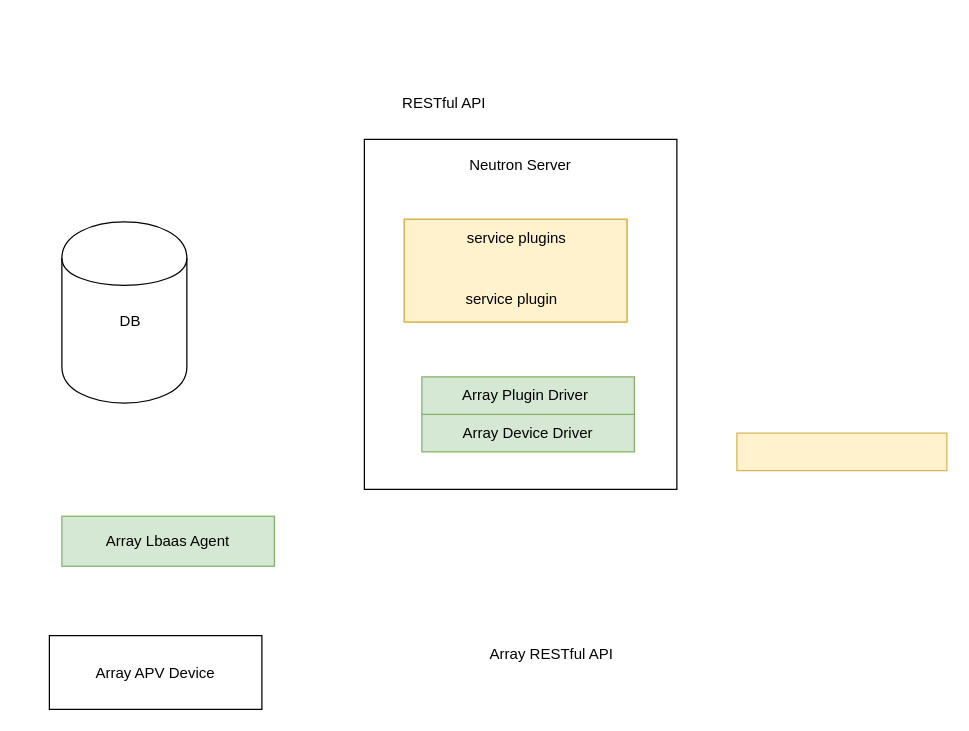
Earlier version of the draw.io diagram array_lbaasv2_agent_apv.drawio (jarod-w/fordraw.io). Source tidied: cells renumbered, new cells numbered last; positions are measured from the earlier drawing's top-left corner, leaving out a move shared by most shapes. Both pictures are drawn from the tidied source at 125%, with x=0, y=0 at pixel (49, 84).
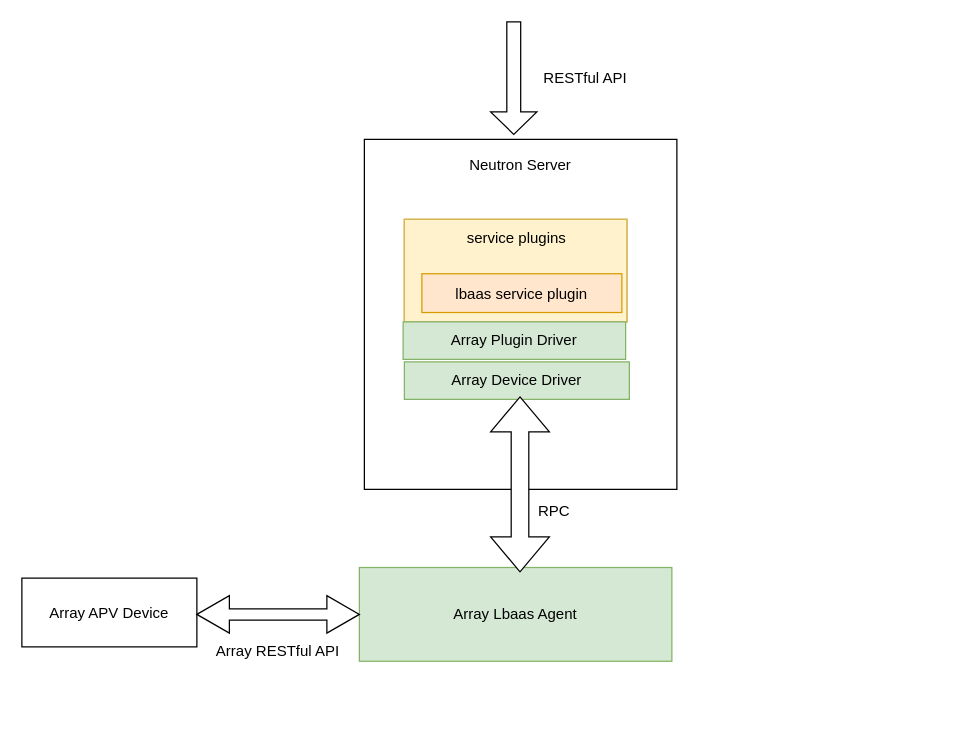
The same diagram, later.

Change to the diagram source:
```diff
@@
 <mxGraphModel>
   <root>
     <mxCell id="0" />
     <mxCell id="1" parent="0" />
     <mxCell id="2" style="rounded=0;whiteSpace=wrap;html=1;" parent="1" vertex="1">
       <mxGeometry x="252" y="44" width="250" height="280" as="geometry" />
     </mxCell>
     <mxCell id="3" style="verticalLabelPosition=bottom;verticalAlign=top;html=1;shape=mxgraph.basic.layered_rect;dx=0;fillColor=#fff2cc;strokeColor=#d6b656;" parent="1" vertex="1">
       <mxGeometry x="284" y="108" width="178" height="82" as="geometry" />
     </mxCell>
     <mxCell id="4" value="Neutron Server" style="text;html=1;strokeColor=none;fillColor=none;align=center;verticalAlign=middle;whiteSpace=wrap;rounded=0;" parent="1" vertex="1">
       <mxGeometry x="322" y="50" width="110" height="30" as="geometry" />
     </mxCell>
-    <mxCell id="5" style="rounded=0;whiteSpace=wrap;html=1;fillColor=#fff2cc;strokeColor=#d6b656;" parent="1" vertex="1">
-      <mxGeometry x="550" y="279" width="168" height="30" as="geometry" />
+    <mxCell id="5" style="rounded=0;whiteSpace=wrap;html=1;fillColor=#ffe6cc;strokeColor=#d79b00;" parent="1" vertex="1">
+      <mxGeometry x="298" y="151.5" width="160" height="31" as="geometry" />
     </mxCell>
-    <mxCell id="6" style="rounded=0;whiteSpace=wrap;html=1;fillColor=#d5e8d4;strokeColor=#82b366;" parent="1" vertex="1">
-      <mxGeometry x="298" y="264" width="170" height="30" as="geometry" />
+    <mxCell id="6" value="Array Device Driver" style="rounded=0;whiteSpace=wrap;html=1;fillColor=#d5e8d4;strokeColor=#82b366;" parent="1" vertex="1">
+      <mxGeometry x="284" y="222" width="180" height="30" as="geometry" />
     </mxCell>
     <mxCell id="7" value="Array Lbaas Agent" style="rounded=0;whiteSpace=wrap;html=1;fillColor=#d5e8d4;strokeColor=#82b366;" parent="1" vertex="1">
-      <mxGeometry x="10" y="345.5" width="170" height="40" as="geometry" />
+      <mxGeometry x="248" y="386.5" width="250" height="75" as="geometry" />
     </mxCell>
-    <mxCell id="8" style="rounded=0;whiteSpace=wrap;html=1;" parent="1" vertex="1">
-      <mxGeometry y="441" width="170" height="59" as="geometry" />
+    <mxCell id="8" value="Array APV Device" style="rounded=0;whiteSpace=wrap;html=1;" parent="1" vertex="1">
+      <mxGeometry x="-22" y="395" width="140" height="55" as="geometry" />
     </mxCell>
     <mxCell id="9" value="RESTful API" style="text;html=1;strokeColor=none;fillColor=none;align=center;verticalAlign=middle;whiteSpace=wrap;rounded=0;" parent="1" vertex="1">
-      <mxGeometry x="268" width="96" height="29" as="geometry" />
+      <mxGeometry x="380.5" y="-19.5" width="96" height="29" as="geometry" />
     </mxCell>
     <mxCell id="10" value="Array RESTful API" style="text;html=1;strokeColor=none;fillColor=none;align=center;verticalAlign=middle;whiteSpace=wrap;rounded=0;" parent="1" vertex="1">
-      <mxGeometry x="349" y="441" width="106" height="29" as="geometry" />
+      <mxGeometry x="130" y="439" width="106" height="29" as="geometry" />
     </mxCell>
-    <mxCell id="11" value="Array Device Driver" style="text;html=1;strokeColor=none;fillColor=none;align=center;verticalAlign=middle;whiteSpace=wrap;rounded=0;" parent="1" vertex="1">
-      <mxGeometry x="320" y="269" width="126" height="20" as="geometry" />
-    </mxCell>
-    <mxCell id="12" value="Array APV Device" style="text;html=1;strokeColor=none;fillColor=none;align=center;verticalAlign=middle;whiteSpace=wrap;rounded=0;" parent="1" vertex="1">
-      <mxGeometry x="22" y="455.5" width="126" height="30" as="geometry" />
-    </mxCell>
-    <mxCell id="13" style="shape=cylinder;whiteSpace=wrap;html=1;boundedLbl=1;backgroundOutline=1;" parent="1" vertex="1">
-      <mxGeometry x="10" y="110" width="100" height="145" as="geometry" />
-    </mxCell>
-    <mxCell id="14" value="DB&lt;br&gt;" style="text;html=1;strokeColor=none;fillColor=none;align=center;verticalAlign=middle;whiteSpace=wrap;rounded=0;" parent="1" vertex="1">
-      <mxGeometry x="45" y="180" width="40" height="20" as="geometry" />
-    </mxCell>
     <mxCell id="15" value="service plugins" style="text;html=1;strokeColor=none;fillColor=none;align=center;verticalAlign=middle;whiteSpace=wrap;rounded=0;" parent="1" vertex="1">
       <mxGeometry x="324" y="110" width="100" height="25" as="geometry" />
     </mxCell>
-    <mxCell id="16" style="rounded=0;whiteSpace=wrap;html=1;fillColor=#d5e8d4;strokeColor=#82b366;" parent="1" vertex="1">
-      <mxGeometry x="298" y="234" width="170" height="30" as="geometry" />
+    <mxCell id="16" value="Array Plugin Driver" style="rounded=0;whiteSpace=wrap;html=1;fillColor=#d5e8d4;strokeColor=#82b366;" parent="1" vertex="1">
+      <mxGeometry x="283" y="190" width="178" height="30" as="geometry" />
     </mxCell>
-    <mxCell id="17" value="Array Plugin Driver" style="text;html=1;strokeColor=none;fillColor=none;align=center;verticalAlign=middle;whiteSpace=wrap;rounded=0;" parent="1" vertex="1">
-      <mxGeometry x="317.5" y="239" width="126" height="20" as="geometry" />
-    </mxCell>
-    <mxCell id="18" value="service plugin" style="text;html=1;strokeColor=none;fillColor=none;align=center;verticalAlign=middle;whiteSpace=wrap;rounded=0;" parent="1" vertex="1">
-      <mxGeometry x="300" y="159" width="140" height="25" as="geometry" />
+    <mxCell id="18" value="lbaas service plugin" style="text;html=1;align=center;verticalAlign=middle;whiteSpace=wrap;rounded=0;" parent="1" vertex="1">
+      <mxGeometry x="308" y="155" width="140" height="25" as="geometry" />
     </mxCell>
+    <mxCell id="19" style="shape=doubleArrow;direction=south;whiteSpace=wrap;html=1;" parent="1" vertex="1">
+      <mxGeometry x="353" y="250" width="47" height="140" as="geometry" />
+    </mxCell>
+    <mxCell id="20" style="shape=doubleArrow;whiteSpace=wrap;html=1;" parent="1" vertex="1">
+      <mxGeometry x="118" y="409" width="130" height="30" as="geometry" />
+    </mxCell>
+    <mxCell id="21" value="RPC" style="text;html=1;strokeColor=none;fillColor=none;align=center;verticalAlign=middle;whiteSpace=wrap;rounded=0;" parent="1" vertex="1">
+      <mxGeometry x="384" y="332" width="40" height="20" as="geometry" />
+    </mxCell>
+    <mxCell id="22" style="shape=singleArrow;direction=south;whiteSpace=wrap;html=1;" parent="1" vertex="1">
+      <mxGeometry x="353" y="-50" width="37" height="90" as="geometry" />
+    </mxCell>
   </root>
 </mxGraphModel>
```
